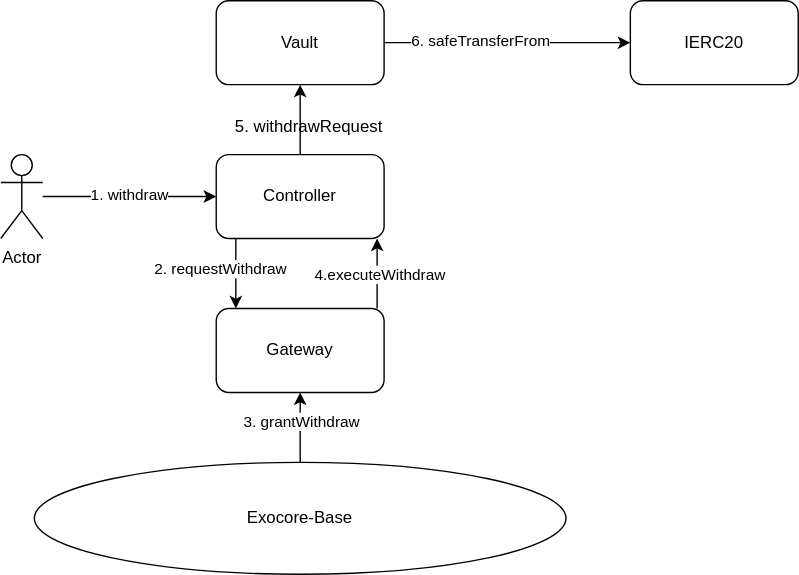
Before: docs/withdraw.drawio.svg, a diagram exported from draw.io (ExocoreNetwork/exocore-contracts). Source tidied: cells renumbered, new cells last; positions are measured from the earlier drawing's top-left corner, leaving out a move shared by most shapes. The source it was exported from:
```xml
<mxGraphModel>
  <root>
    <mxCell id="0" />
    <mxCell id="1" parent="0" />
    <mxCell id="2" style="edgeStyle=none;html=1;entryX=0.5;entryY=1;entryDx=0;entryDy=0;" parent="1" edge="1">
      <mxGeometry relative="1" as="geometry">
        <mxPoint x="269" y="220" as="sourcePoint" />
        <mxPoint x="269" y="170" as="targetPoint" />
      </mxGeometry>
    </mxCell>
    <mxCell id="3" value="4.executeWithdraw" style="edgeLabel;html=1;align=center;verticalAlign=middle;" parent="2" vertex="1">
      <mxGeometry y="-1" relative="1" as="geometry" />
    </mxCell>
    <mxCell id="4" value="Gateway" style="rounded=1;whiteSpace=wrap;html=1;flipV=0;" parent="1" vertex="1">
      <mxGeometry x="154" y="220" width="120" height="60" as="geometry" />
    </mxCell>
    <mxCell id="5" style="edgeStyle=none;html=1;" parent="1" edge="1" target="18">
      <mxGeometry relative="1" as="geometry">
        <mxPoint x="274" y="30" as="sourcePoint" />
      </mxGeometry>
    </mxCell>
    <mxCell id="6" value="6. safeTransferFrom" style="edgeLabel;html=1;align=center;verticalAlign=middle;" parent="5" vertex="1">
      <mxGeometry x="-0.23" y="2" relative="1" as="geometry" />
    </mxCell>
    <mxCell id="7" style="edgeStyle=none;html=1;" parent="1" edge="1" source="10" target="11">
      <mxGeometry relative="1" as="geometry" />
    </mxCell>
    <mxCell id="8" style="edgeStyle=none;html=1;" parent="1" edge="1">
      <mxGeometry relative="1" as="geometry">
        <mxPoint x="168" y="170" as="sourcePoint" />
        <mxPoint x="168" y="220" as="targetPoint" />
      </mxGeometry>
    </mxCell>
    <mxCell id="9" value="2. requestWithdraw" style="edgeLabel;html=1;align=center;verticalAlign=middle;" parent="8" vertex="1">
      <mxGeometry x="-0.16" y="-1" relative="1" as="geometry">
        <mxPoint x="-11" as="offset" />
      </mxGeometry>
    </mxCell>
    <mxCell id="10" value="Controller" style="rounded=1;whiteSpace=wrap;html=1;flipV=0;" parent="1" vertex="1">
      <mxGeometry x="154" y="110" width="120" height="60" as="geometry" />
    </mxCell>
    <mxCell id="11" value="Vault" style="rounded=1;whiteSpace=wrap;html=1;flipV=0;" parent="1" vertex="1">
      <mxGeometry x="154" width="120" height="60" as="geometry" />
    </mxCell>
    <mxCell id="12" style="edgeStyle=none;html=1;" parent="1" edge="1" source="14" target="4">
      <mxGeometry relative="1" as="geometry" />
    </mxCell>
    <mxCell id="13" value="3. grantWithdraw" style="edgeLabel;html=1;align=center;verticalAlign=middle;" parent="12" vertex="1">
      <mxGeometry x="-0.36" y="-1" relative="1" as="geometry">
        <mxPoint x="-1" y="-14" as="offset" />
      </mxGeometry>
    </mxCell>
    <mxCell id="14" value="Exocore-Base" style="ellipse;whiteSpace=wrap;html=1;" parent="1" vertex="1">
      <mxGeometry x="24" y="330" width="380" height="80" as="geometry" />
    </mxCell>
    <mxCell id="15" style="edgeStyle=none;html=1;" parent="1" edge="1" source="17">
      <mxGeometry relative="1" as="geometry">
        <mxPoint x="154" y="140" as="targetPoint" />
      </mxGeometry>
    </mxCell>
    <mxCell id="16" value="1. withdraw" style="edgeLabel;html=1;align=center;verticalAlign=middle;" parent="15" vertex="1">
      <mxGeometry x="-0.32" y="2" relative="1" as="geometry">
        <mxPoint x="19" as="offset" />
      </mxGeometry>
    </mxCell>
    <mxCell id="17" value="Actor" style="shape=umlActor;verticalLabelPosition=bottom;verticalAlign=top;html=1;outlineConnect=0;" parent="1" vertex="1">
      <mxGeometry y="110" width="30" height="60" as="geometry" />
    </mxCell>
    <mxCell id="18" value="IERC20" style="rounded=1;whiteSpace=wrap;html=1;" parent="1" vertex="1">
      <mxGeometry x="450" width="120" height="60" as="geometry" />
    </mxCell>
    <mxCell id="19" value="5. withdrawRequest" style="text;html=1;align=center;verticalAlign=middle;strokeColor=none;fillColor=none;" parent="1" vertex="1">
      <mxGeometry x="155" y="75" width="130" height="30" as="geometry" />
    </mxCell>
  </root>
</mxGraphModel>
```
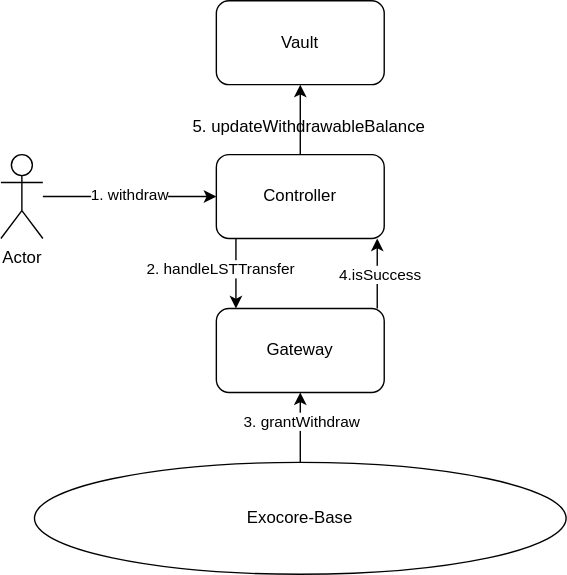
The same file after the commit.

Change to the diagram source:
```diff
@@ -8,20 +8,12 @@
         <mxPoint x="269" y="170" as="targetPoint" />
       </mxGeometry>
     </mxCell>
-    <mxCell id="3" value="4.executeWithdraw" style="edgeLabel;html=1;align=center;verticalAlign=middle;" parent="2" vertex="1">
+    <mxCell id="3" value="4.isSuccess" style="edgeLabel;html=1;align=center;verticalAlign=middle;" parent="2" vertex="1">
       <mxGeometry y="-1" relative="1" as="geometry" />
     </mxCell>
     <mxCell id="4" value="Gateway" style="rounded=1;whiteSpace=wrap;html=1;flipV=0;" parent="1" vertex="1">
       <mxGeometry x="154" y="220" width="120" height="60" as="geometry" />
     </mxCell>
-    <mxCell id="5" style="edgeStyle=none;html=1;" parent="1" edge="1" target="18">
-      <mxGeometry relative="1" as="geometry">
-        <mxPoint x="274" y="30" as="sourcePoint" />
-      </mxGeometry>
-    </mxCell>
-    <mxCell id="6" value="6. safeTransferFrom" style="edgeLabel;html=1;align=center;verticalAlign=middle;" parent="5" vertex="1">
-      <mxGeometry x="-0.23" y="2" relative="1" as="geometry" />
-    </mxCell>
     <mxCell id="7" style="edgeStyle=none;html=1;" parent="1" edge="1" source="10" target="11">
       <mxGeometry relative="1" as="geometry" />
     </mxCell>
@@ -31,7 +23,7 @@
         <mxPoint x="168" y="220" as="targetPoint" />
       </mxGeometry>
     </mxCell>
-    <mxCell id="9" value="2. requestWithdraw" style="edgeLabel;html=1;align=center;verticalAlign=middle;" parent="8" vertex="1">
+    <mxCell id="9" value="2. handleLSTTransfer" style="edgeLabel;html=1;align=center;verticalAlign=middle;" parent="8" vertex="1">
       <mxGeometry x="-0.16" y="-1" relative="1" as="geometry">
         <mxPoint x="-11" as="offset" />
       </mxGeometry>
@@ -66,11 +58,8 @@
     <mxCell id="17" value="Actor" style="shape=umlActor;verticalLabelPosition=bottom;verticalAlign=top;html=1;outlineConnect=0;" parent="1" vertex="1">
       <mxGeometry y="110" width="30" height="60" as="geometry" />
     </mxCell>
-    <mxCell id="18" value="IERC20" style="rounded=1;whiteSpace=wrap;html=1;" parent="1" vertex="1">
-      <mxGeometry x="450" width="120" height="60" as="geometry" />
-    </mxCell>
-    <mxCell id="19" value="5. withdrawRequest" style="text;html=1;align=center;verticalAlign=middle;strokeColor=none;fillColor=none;" parent="1" vertex="1">
-      <mxGeometry x="155" y="75" width="130" height="30" as="geometry" />
+    <mxCell id="19" value="5. updateWithdrawableBalance" style="text;html=1;align=center;verticalAlign=middle;strokeColor=none;fillColor=none;" parent="1" vertex="1">
+      <mxGeometry x="125" y="75" width="190" height="30" as="geometry" />
     </mxCell>
   </root>
 </mxGraphModel>
```
